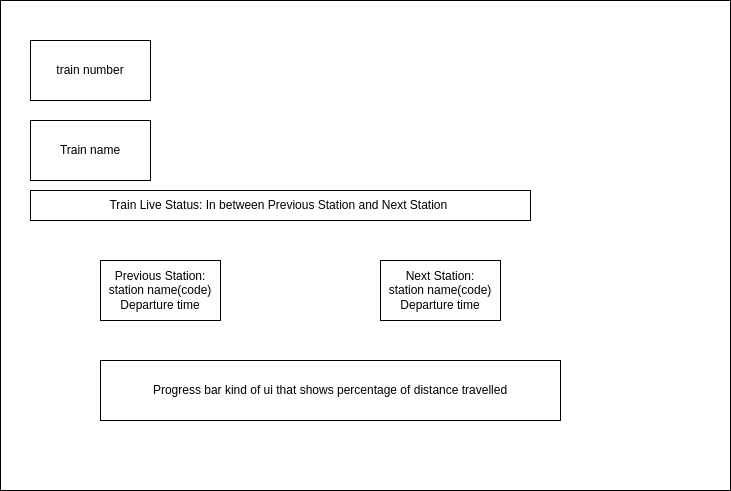
Above: LiveStatusUi.drawio.png in cdac-project-2025/project-diagrams (draw.io), before the change. Source tidied: cells renumbered, new cells last; positions are measured from the earlier drawing's top-left corner, leaving out a move shared by most shapes.
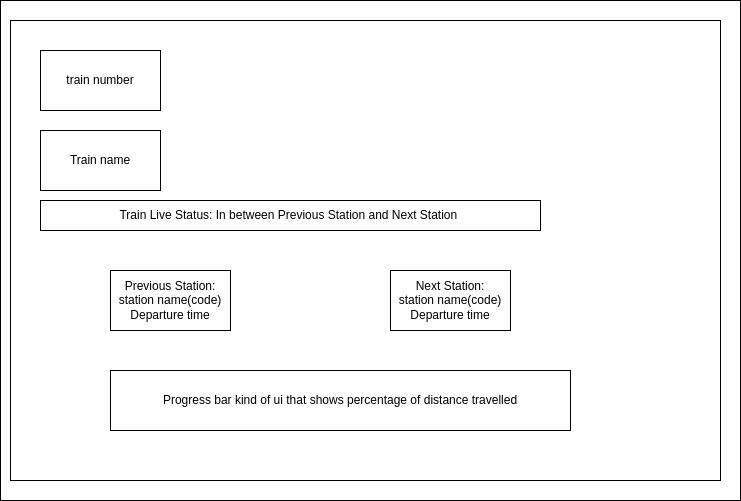
Above is the later version.

Change to the diagram source:
```diff
@@ -3,8 +3,11 @@
     <mxCell id="0" />
     <mxCell id="1" parent="0" />
     <mxCell id="2" style="rounded=0;whiteSpace=wrap;html=1;" parent="1" vertex="1">
-      <mxGeometry width="730" height="490" as="geometry" />
+      <mxGeometry x="-10" y="-10" width="740" height="500" as="geometry" />
     </mxCell>
+    <mxCell id="9" style="rounded=0;whiteSpace=wrap;html=1;" parent="1" vertex="1">
+      <mxGeometry y="10" width="710" height="460" as="geometry" />
+    </mxCell>
     <mxCell id="3" value="train number" style="rounded=0;whiteSpace=wrap;html=1;" parent="1" vertex="1">
       <mxGeometry x="30" y="40" width="120" height="60" as="geometry" />
     </mxCell>
```
